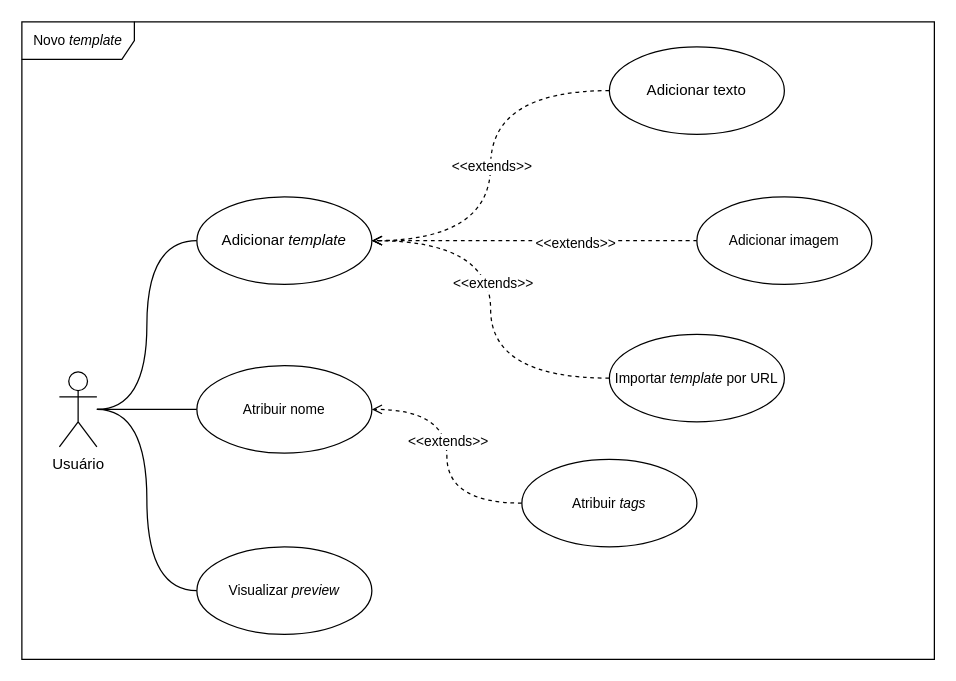
Before: assets/new-template.drawio in cristianprochnow/synk, a draw.io diagram. Source tidied: cells renumbered, new cells numbered last; positions are measured from the earlier drawing's top-left corner, leaving out a move shared by most shapes. Both pictures are drawn from the tidied source at 125%, with x=0, y=0 at pixel (21, 21).
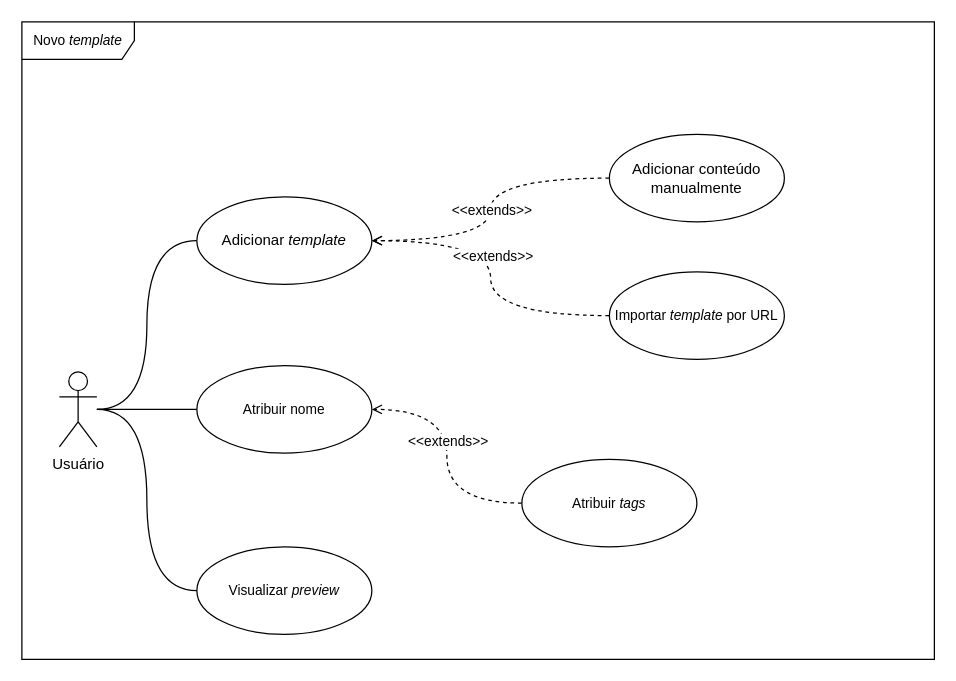
The same diagram, later.

Unchanged cells that the change refers to:
```xml
<mxCell id="6" value="Adicionar &lt;i&gt;template&lt;/i&gt;" style="ellipse;whiteSpace=wrap;html=1;" parent="1" vertex="1">
  <mxGeometry x="140" y="140" width="140" height="70" as="geometry" />
</mxCell>
```

Diff of the diagram source:
```diff
@@
-    <mxCell id="9" value="Adicionar texto" style="ellipse;whiteSpace=wrap;html=1;" parent="1" vertex="1">
-      <mxGeometry x="470" y="20" width="140" height="70" as="geometry" />
+    <mxCell id="9" value="Adicionar conteúdo manualmente" style="ellipse;whiteSpace=wrap;html=1;" parent="1" vertex="1">
+      <mxGeometry x="470" y="90" width="140" height="70" as="geometry" />
     </mxCell>
-    <mxCell id="10" style="edgeStyle=orthogonalEdgeStyle;shape=connector;curved=1;rounded=0;jettySize=auto;html=1;entryX=1;entryY=0.5;entryDx=0;entryDy=0;strokeColor=default;align=center;verticalAlign=middle;fontFamily=Helvetica;fontSize=11;fontColor=default;labelBackgroundColor=default;endArrow=open;endFill=0;dashed=1;" parent="1" edge="1" source="12" target="6">
-      <mxGeometry relative="1" as="geometry" />
-    </mxCell>
-    <mxCell id="11" value="&amp;lt;&amp;lt;extends&amp;gt;&amp;gt;" style="edgeLabel;html=1;align=center;verticalAlign=middle;fontFamily=Helvetica;fontSize=11;fontColor=default;labelBackgroundColor=default;" parent="10" vertex="1">
-      <mxGeometry x="-0.25" y="1" relative="1" as="geometry" />
-    </mxCell>
-    <mxCell id="12" value="Adicionar imagem" style="ellipse;whiteSpace=wrap;html=1;fontFamily=Helvetica;fontSize=11;fontColor=default;labelBackgroundColor=default;" parent="1" vertex="1">
-      <mxGeometry x="540" y="140" width="140" height="70" as="geometry" />
-    </mxCell>
@@
     <mxCell id="15" value="Importar &lt;i&gt;template&lt;/i&gt; por URL" style="ellipse;whiteSpace=wrap;html=1;fontFamily=Helvetica;fontSize=11;fontColor=default;labelBackgroundColor=default;" parent="1" vertex="1">
-      <mxGeometry x="470" y="250" width="140" height="70" as="geometry" />
+      <mxGeometry x="470" y="200" width="140" height="70" as="geometry" />
     </mxCell>
```
